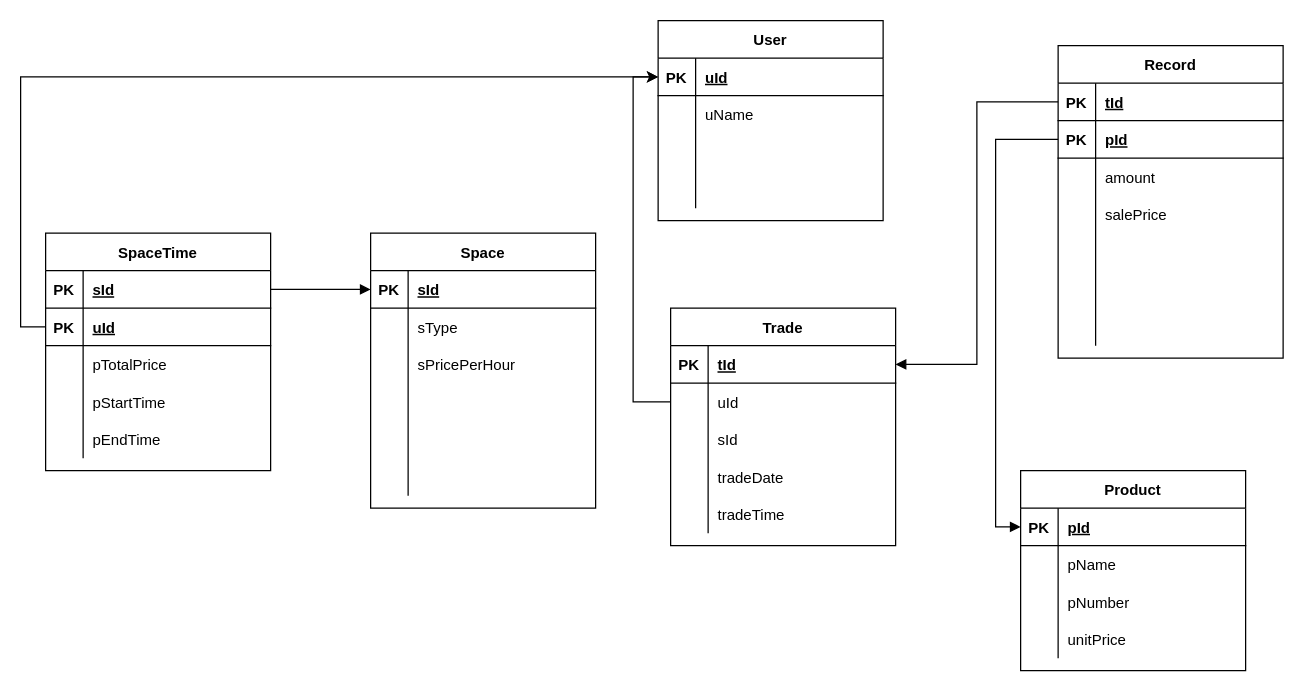
Earlier version of the draw.io diagram page "Page-2" (2 of 2) of ERD.drawio (Sam199971/Sql_Project). Source tidied: cells renumbered, new cells numbered last; positions are measured from the earlier drawing's top-left corner, leaving out a move shared by most shapes. Both pictures are drawn from the tidied source at 125%, with x=0, y=0 at pixel (45, 20).
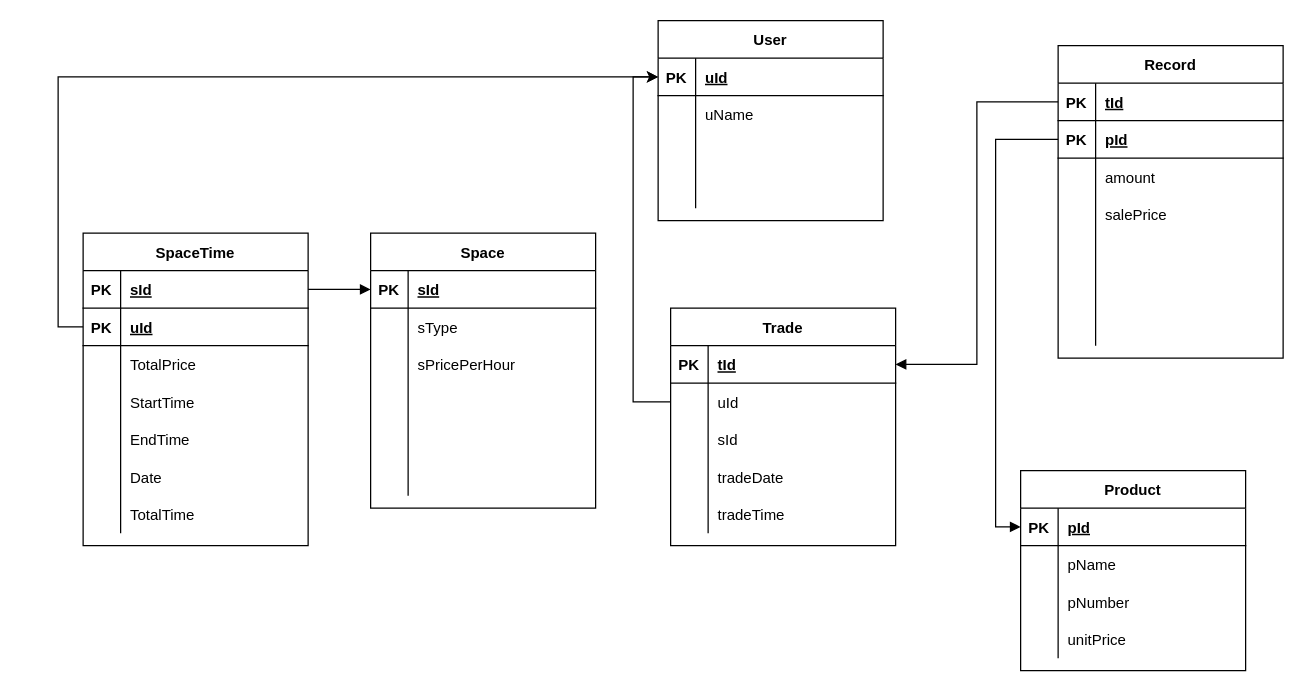
The same page after the edit.

The change refers to these unchanged cells:
```xml
<mxCell id="75" style="shape=partialRectangle;fillColor=none;top=0;left=0;bottom=0;right=0;" parent="68" vertex="1">
  <mxGeometry y="90" width="180" height="30" as="geometry" />
</mxCell>
<mxCell id="78" style="shape=partialRectangle;fillColor=none;top=0;left=0;bottom=0;right=0;" parent="68" vertex="1">
  <mxGeometry y="120" width="180" height="30" as="geometry" />
</mxCell>
<mxCell id="81" style="shape=partialRectangle;fillColor=none;top=0;left=0;bottom=0;right=0;" parent="68" vertex="1">
  <mxGeometry y="150" width="180" height="30" as="geometry" />
</mxCell>
```

Diff of the diagram source:
```diff
@@
     <mxCell id="68" value="SpaceTime" style="shape=table;startSize=30;childLayout=tableLayout;rowLines=0;fontStyle=1;align=center;" parent="1" vertex="1">
-      <mxGeometry y="170" width="180" height="190" as="geometry" />
+      <mxGeometry x="30" y="170" width="180" height="250" as="geometry" />
     </mxCell>
@@
-    <mxCell id="77" value="pTotalPrice" style="shape=partialRectangle;fillColor=none;top=0;left=0;bottom=0;right=0;align=left;spacingLeft=6;overflow=hidden;" parent="75" vertex="1">
+    <mxCell id="77" value="TotalPrice" style="shape=partialRectangle;fillColor=none;top=0;left=0;bottom=0;right=0;align=left;spacingLeft=6;overflow=hidden;" parent="75" vertex="1">
       <mxGeometry x="30" width="150" height="30" as="geometry" />
     </mxCell>
@@
-    <mxCell id="80" value="pStartTime" style="shape=partialRectangle;fillColor=none;top=0;left=0;bottom=0;right=0;align=left;spacingLeft=6;overflow=hidden;" parent="78" vertex="1">
+    <mxCell id="80" value="StartTime" style="shape=partialRectangle;fillColor=none;top=0;left=0;bottom=0;right=0;align=left;spacingLeft=6;overflow=hidden;" parent="78" vertex="1">
       <mxGeometry x="30" width="150" height="30" as="geometry" />
     </mxCell>
@@
-    <mxCell id="83" value="pEndTime" style="shape=partialRectangle;fillColor=none;top=0;left=0;bottom=0;right=0;align=left;spacingLeft=6;overflow=hidden;" parent="81" vertex="1">
+    <mxCell id="83" value="EndTime" style="shape=partialRectangle;fillColor=none;top=0;left=0;bottom=0;right=0;align=left;spacingLeft=6;overflow=hidden;" parent="81" vertex="1">
       <mxGeometry x="30" width="150" height="30" as="geometry" />
     </mxCell>
+    <mxCell id="106" style="shape=partialRectangle;fillColor=none;top=0;left=0;bottom=0;right=0;" parent="68" vertex="1">
+      <mxGeometry y="180" width="180" height="30" as="geometry" />
+    </mxCell>
+    <mxCell id="107" style="shape=partialRectangle;fillColor=none;top=0;left=0;bottom=0;right=0;overflow=hidden;" parent="106" vertex="1">
+      <mxGeometry width="30" height="30" as="geometry" />
+    </mxCell>
+    <mxCell id="108" value="Date" style="shape=partialRectangle;fillColor=none;top=0;left=0;bottom=0;right=0;align=left;spacingLeft=6;overflow=hidden;" parent="106" vertex="1">
+      <mxGeometry x="30" width="150" height="30" as="geometry" />
+    </mxCell>
+    <mxCell id="109" style="shape=partialRectangle;fillColor=none;top=0;left=0;bottom=0;right=0;" parent="68" vertex="1">
+      <mxGeometry y="210" width="180" height="30" as="geometry" />
+    </mxCell>
+    <mxCell id="110" style="shape=partialRectangle;fillColor=none;top=0;left=0;bottom=0;right=0;overflow=hidden;" parent="109" vertex="1">
+      <mxGeometry width="30" height="30" as="geometry" />
+    </mxCell>
+    <mxCell id="111" value="TotalTime" style="shape=partialRectangle;fillColor=none;top=0;left=0;bottom=0;right=0;align=left;spacingLeft=6;overflow=hidden;" parent="109" vertex="1">
+      <mxGeometry x="30" width="150" height="30" as="geometry" />
+    </mxCell>
```
